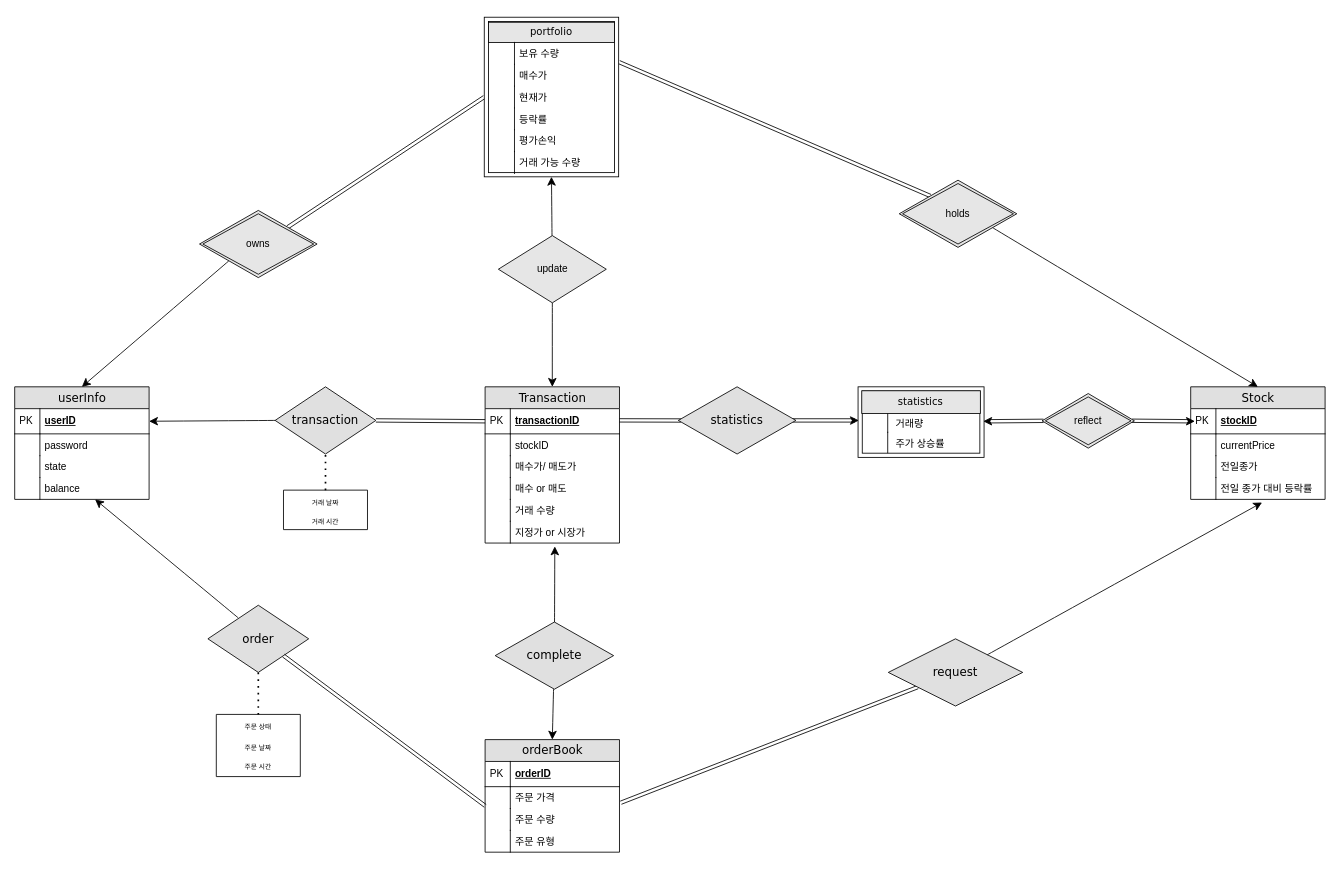
juri1135/DBMS_2024 keeps this draw.io diagram as page "페이지-2" (2 of 3) of 제목 없는 다이어그램.drawio. Above is the earlier version. Source tidied: cells renumbered, new cells numbered last; positions are measured from the earlier drawing's top-left corner, leaving out a move shared by most shapes. Both pictures are drawn from the tidied source at 84%, with x=0, y=0 at pixel (14, 17).
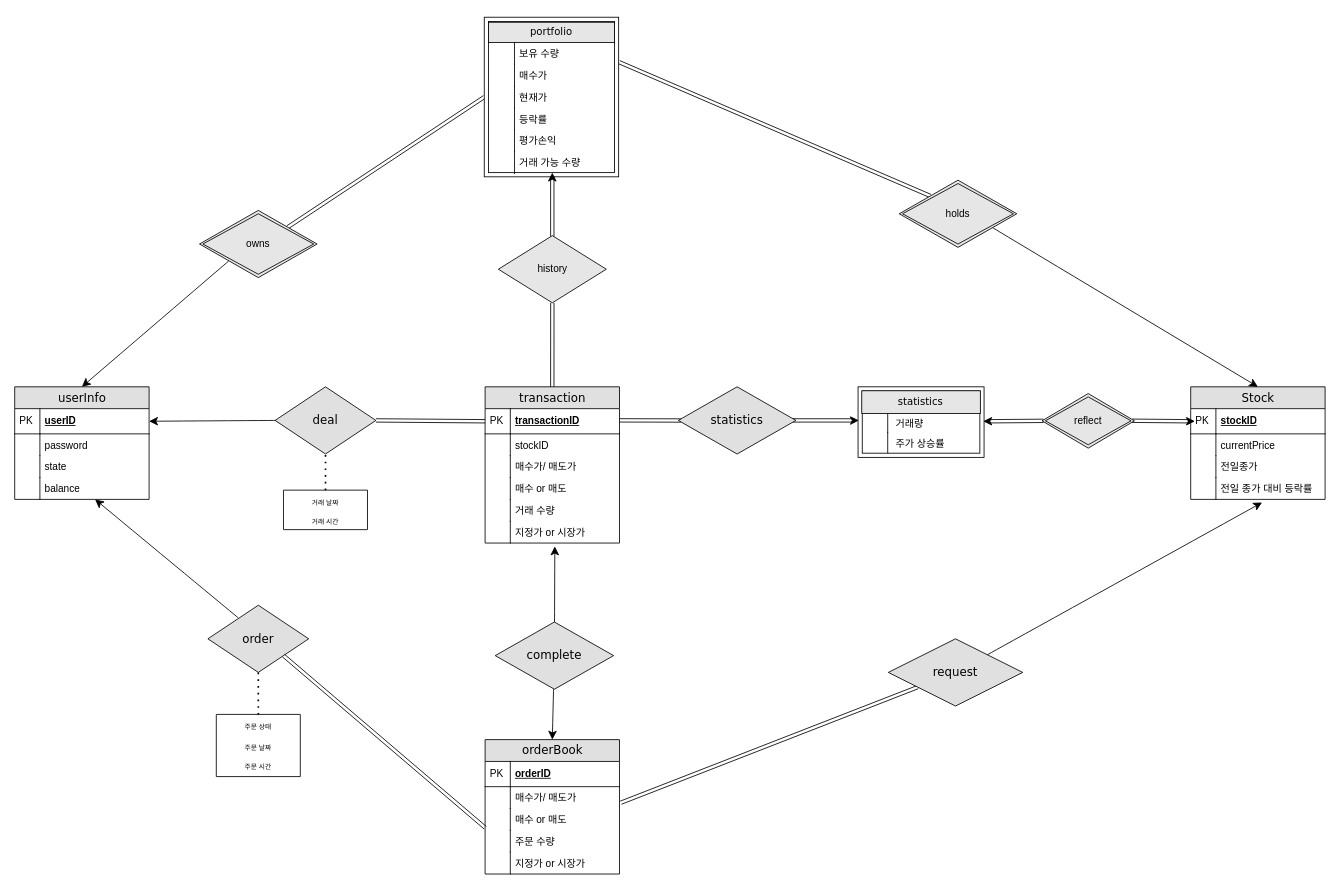
Above is the later version.

Commit message:
제목 없는 다이어그램.drawio 업데이트

Unchanged cells that the change refers to:
```xml
<mxCell id="73" value="&lt;div style=&quot;line-height: 120%;&quot;&gt;&lt;br&gt;&lt;/div&gt;" style="shape=ext;margin=3;double=1;whiteSpace=wrap;html=1;align=center;" parent="1" vertex="1">
  <mxGeometry x="559" width="160" height="190" as="geometry" />
</mxCell>
```

The edit, as a diff of the source:
```diff
@@
-    <mxCell id="2" value="Transaction" style="swimlane;html=1;fontStyle=0;horizontal=1;startSize=26;fillColor=#e0e0e0;swimlaneFillColor=#ffffff;align=center;rounded=0;shadow=0;comic=0;labelBackgroundColor=none;strokeWidth=1;fontFamily=Verdana;fontSize=14;" parent="1" vertex="1">
+    <mxCell id="2" value="transaction" style="swimlane;html=1;fontStyle=0;horizontal=1;startSize=26;fillColor=#e0e0e0;swimlaneFillColor=#ffffff;align=center;rounded=0;shadow=0;comic=0;labelBackgroundColor=none;strokeWidth=1;fontFamily=Verdana;fontSize=14;" parent="1" vertex="1">
       <mxGeometry x="560" y="440" width="160" height="186" as="geometry" />
     </mxCell>
@@
     <mxCell id="16" value="orderBook" style="swimlane;html=1;fontStyle=0;horizontal=1;startSize=26;fillColor=#e0e0e0;swimlaneFillColor=#ffffff;align=center;rounded=0;shadow=0;comic=0;labelBackgroundColor=none;strokeWidth=1;fontFamily=Verdana;fontSize=14;" parent="1" vertex="1">
-      <mxGeometry x="560" y="860" width="160" height="134" as="geometry" />
+      <mxGeometry x="560" y="860" width="160" height="160" as="geometry" />
     </mxCell>
@@
-    <mxCell id="19" value="주문 가격" style="shape=partialRectangle;top=0;left=0;right=0;bottom=0;html=1;align=left;verticalAlign=top;fillColor=none;spacingLeft=34;spacingRight=4;whiteSpace=wrap;overflow=hidden;" parent="16" vertex="1">
-      <mxGeometry y="56" width="160" height="26" as="geometry" />
-    </mxCell>
-    <mxCell id="20" style="shape=partialRectangle;top=0;left=0;bottom=0;html=1;fillColor=none;align=left;verticalAlign=top;spacingLeft=4;spacingRight=4;whiteSpace=wrap;overflow=hidden;" parent="19" vertex="1">
-      <mxGeometry width="30" height="26" as="geometry" />
-    </mxCell>
+    <mxCell id="105" value="매수가/ 매도가" style="shape=partialRectangle;top=0;left=0;right=0;bottom=0;html=1;align=left;verticalAlign=top;fillColor=none;spacingLeft=34;spacingRight=4;whiteSpace=wrap;overflow=hidden;" parent="16" vertex="1">
+      <mxGeometry y="56" width="160" height="26" as="geometry" />
+    </mxCell>
+    <mxCell id="106" style="shape=partialRectangle;top=0;left=0;bottom=0;html=1;fillColor=none;align=left;verticalAlign=top;spacingLeft=4;spacingRight=4;whiteSpace=wrap;overflow=hidden;" parent="105" vertex="1">
+      <mxGeometry width="30" height="26" as="geometry" />
+    </mxCell>
+    <mxCell id="107" value="매수 or 매도" style="shape=partialRectangle;top=0;left=0;right=0;bottom=0;html=1;align=left;verticalAlign=top;fillColor=none;spacingLeft=34;spacingRight=4;whiteSpace=wrap;overflow=hidden;" parent="16" vertex="1">
+      <mxGeometry y="82" width="160" height="26" as="geometry" />
+    </mxCell>
+    <mxCell id="108" style="shape=partialRectangle;top=0;left=0;bottom=0;html=1;fillColor=none;align=left;verticalAlign=top;spacingLeft=4;spacingRight=4;whiteSpace=wrap;overflow=hidden;" parent="107" vertex="1">
+      <mxGeometry width="30" height="26" as="geometry" />
+    </mxCell>
     <mxCell id="21" value="주문 수량" style="shape=partialRectangle;top=0;left=0;right=0;bottom=0;html=1;align=left;verticalAlign=top;fillColor=none;spacingLeft=34;spacingRight=4;whiteSpace=wrap;overflow=hidden;points=[[0,0.5],[1,0.5]];portConstraint=eastwest;" parent="16" vertex="1">
-      <mxGeometry y="82" width="160" height="26" as="geometry" />
+      <mxGeometry y="108" width="160" height="26" as="geometry" />
     </mxCell>
@@
-    <mxCell id="23" value="주문 유형" style="shape=partialRectangle;top=0;left=0;right=0;bottom=0;html=1;align=left;verticalAlign=top;fillColor=none;spacingLeft=34;spacingRight=4;whiteSpace=wrap;overflow=hidden;" parent="16" vertex="1">
-      <mxGeometry y="108" width="160" height="26" as="geometry" />
+    <mxCell id="23" value="지정가 or 시장가" style="shape=partialRectangle;top=0;left=0;right=0;bottom=0;html=1;align=left;verticalAlign=top;fillColor=none;spacingLeft=34;spacingRight=4;whiteSpace=wrap;overflow=hidden;" parent="16" vertex="1">
+      <mxGeometry y="134" width="160" height="26" as="geometry" />
     </mxCell>
@@
-    <mxCell id="45" value="transaction" style="rhombus;whiteSpace=wrap;html=1;fontSize=14;fontFamily=Verdana;fillColor=#e0e0e0;fontStyle=0;startSize=26;swimlaneFillColor=#ffffff;rounded=0;shadow=0;comic=0;labelBackgroundColor=none;strokeWidth=1;" parent="1" vertex="1">
+    <mxCell id="45" value="deal" style="rhombus;whiteSpace=wrap;html=1;fontSize=14;fontFamily=Verdana;fillColor=#e0e0e0;fontStyle=0;startSize=26;swimlaneFillColor=#ffffff;rounded=0;shadow=0;comic=0;labelBackgroundColor=none;strokeWidth=1;" parent="1" vertex="1">
       <mxGeometry x="310" y="440" width="120" height="80" as="geometry" />
     </mxCell>
@@
-    <mxCell id="99" style="edgeStyle=none;curved=1;rounded=0;jettySize=auto;html=1;entryX=0.5;entryY=0;entryDx=0;entryDy=0;fontSize=12;startSize=8;endSize=8;" parent="1" edge="1" source="101" target="2">
-      <mxGeometry relative="1" as="geometry" />
-    </mxCell>
-    <mxCell id="100" style="edgeStyle=none;curved=1;rounded=0;jettySize=auto;html=1;entryX=0.5;entryY=1;entryDx=0;entryDy=0;fontSize=12;startSize=8;endSize=8;" parent="1" edge="1" source="101" target="73">
-      <mxGeometry relative="1" as="geometry" />
-    </mxCell>
-    <mxCell id="101" value="update" style="rhombus;whiteSpace=wrap;html=1;fillColor=#E6E6E6;" parent="1" vertex="1">
+    <mxCell id="101" value="history" style="rhombus;whiteSpace=wrap;html=1;fillColor=#E6E6E6;" parent="1" vertex="1">
       <mxGeometry x="575.8" y="260" width="128.5" height="80" as="geometry" />
     </mxCell>
@@
+    <mxCell id="99" style="endArrow=none;html=1;rounded=0;fontSize=12;curved=1;exitX=0.5;exitY=1;exitDx=0;exitDy=0;entryX=0.5;entryY=0;entryDx=0;entryDy=0;shape=link;" parent="1" edge="1" source="101" target="2">
+      <mxGeometry relative="1" as="geometry" />
+    </mxCell>
+    <mxCell id="109" style="group;rotation=-90;" parent="1" vertex="1">
+      <mxGeometry x="601" y="224" width="78.7" height="0.1" as="geometry" />
+    </mxCell>
+    <mxCell id="110" style="endArrow=classic;html=1;rounded=0;fontSize=12;startSize=8;endSize=8;curved=1;exitX=0.099;exitY=0.035;exitDx=0;exitDy=0;exitPerimeter=0;entryX=0;entryY=0.5;entryDx=0;entryDy=0;" parent="109" edge="1">
+      <mxGeometry relative="1" as="geometry">
+        <mxPoint x="39" y="-32" as="sourcePoint" />
+        <mxPoint x="39" y="-39" as="targetPoint" />
+      </mxGeometry>
+    </mxCell>
+    <mxCell id="111" style="edgeStyle=none;curved=1;rounded=0;orthogonalLoop=1;jettySize=auto;html=1;fontSize=12;shape=link;strokeColor=default;exitX=0.5;exitY=0;exitDx=0;exitDy=0;" parent="1" edge="1">
+      <mxGeometry relative="1" as="geometry">
+        <mxPoint x="640" y="261" as="sourcePoint" />
+        <mxPoint x="640" y="190" as="targetPoint" />
+      </mxGeometry>
+    </mxCell>
```
